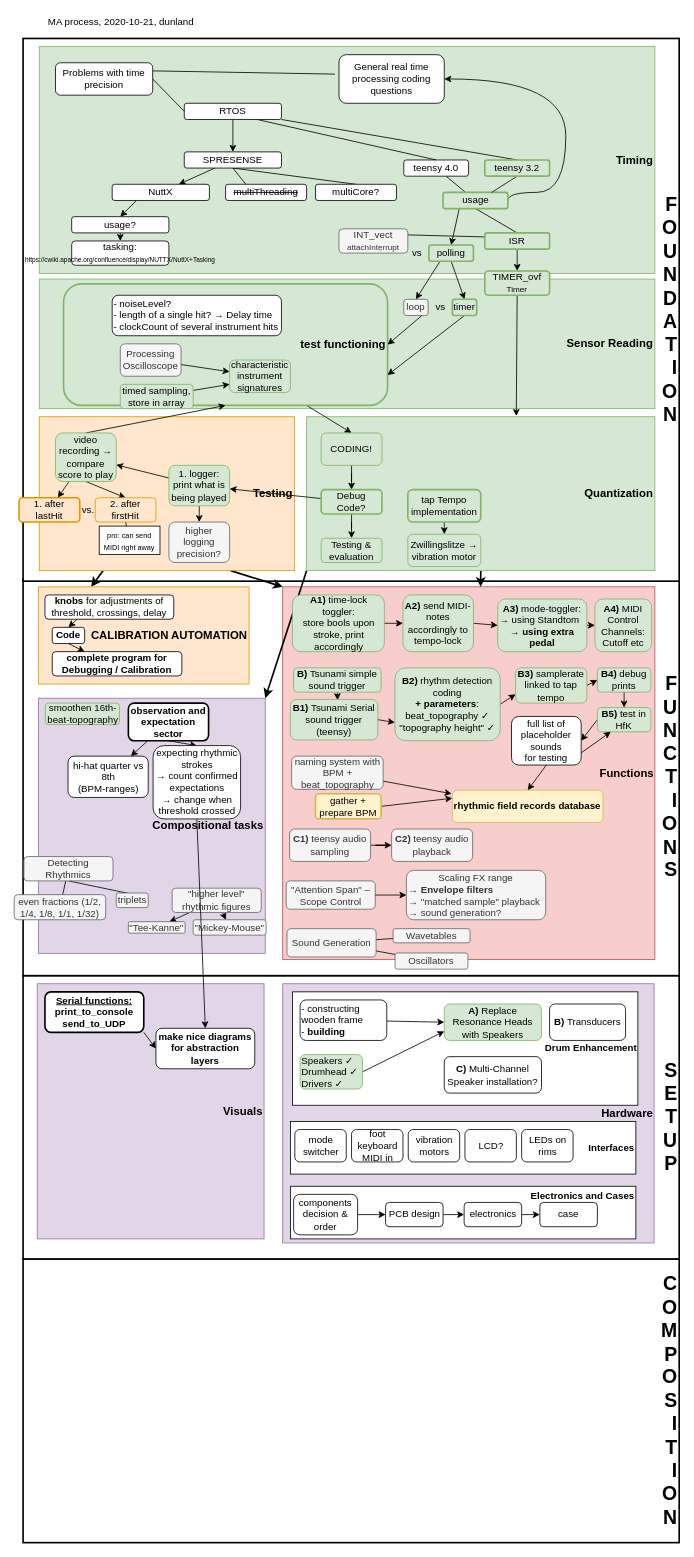
This is page "current" (1 of 6) of Doc/MA_progress.drawio from dunland/muscle, a draw.io file, before an edit. Source tidied: cells renumbered, new cells numbered last; positions are measured from the earlier drawing's top-left corner, leaving out a move shared by most shapes. Both pictures are drawn from the tidied source at 81%, with x=0, y=0 at pixel (14, 14).
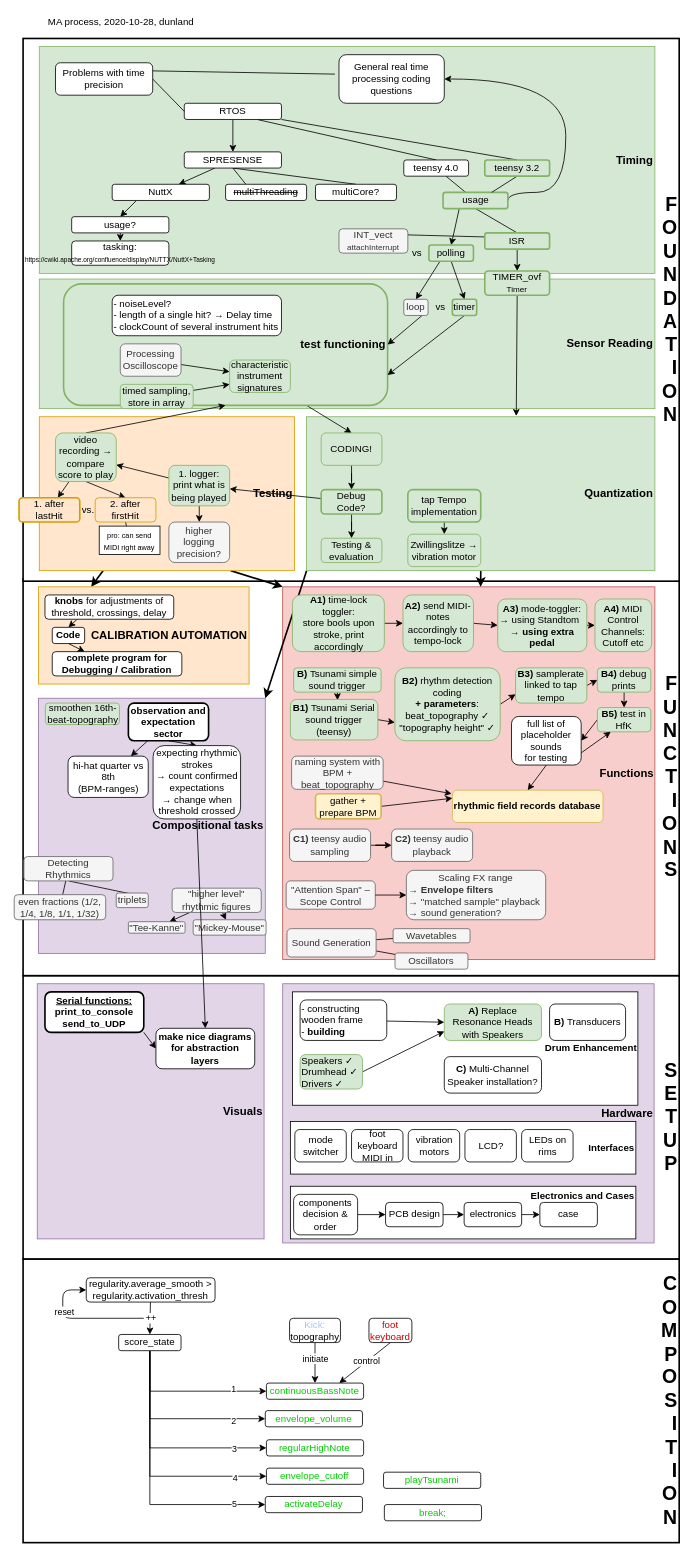
The same diagram, later.

The edit, as a diff of the source:
```diff
@@
-    <mxCell id="55" value="&lt;div align=&quot;left&quot;&gt;MA process, 2020-10-21, dunland&lt;br&gt;&lt;/div&gt;" style="text;html=1;strokeColor=none;fillColor=none;align=left;verticalAlign=middle;whiteSpace=wrap;rounded=0;" parent="1" vertex="1">
+    <mxCell id="55" value="&lt;div align=&quot;left&quot;&gt;MA process, 2020-10-28&lt;span&gt;, dunland&lt;/span&gt;&lt;/div&gt;" style="text;html=1;strokeColor=none;fillColor=none;align=left;verticalAlign=middle;whiteSpace=wrap;rounded=0;" parent="1" vertex="1">
       <mxGeometry x="40" width="350" height="20" as="geometry" />
     </mxCell>
@@
+    <mxCell id="178" value="&lt;font color=&quot;#00cc00&quot;&gt;continuousBassNote&lt;/font&gt;" style="rounded=1;whiteSpace=wrap;html=1;" parent="1" vertex="1">
+      <mxGeometry x="311.4" y="1690" width="120" height="20" as="geometry" />
+    </mxCell>
+    <mxCell id="179" style="rounded=0;jettySize=auto;html=1;exitX=0.5;exitY=1;exitDx=0;exitDy=0;entryX=0.5;entryY=0;entryDx=0;entryDy=0;" parent="1" edge="1" source="181" target="178">
+      <mxGeometry relative="1" as="geometry" />
+    </mxCell>
+    <mxCell id="180" value="initiate" style="edgeLabel;html=1;align=center;verticalAlign=middle;" parent="179" vertex="1">
+      <mxGeometry x="0.01" y="-6" relative="1" as="geometry">
+        <mxPoint x="6" y="-6" as="offset" />
+      </mxGeometry>
+    </mxCell>
+    <mxCell id="181" value="&lt;font color=&quot;#a9c4eb&quot;&gt;Kick:&lt;/font&gt;&lt;br&gt;topography" style="rounded=1;whiteSpace=wrap;html=1;" parent="1" vertex="1">
+      <mxGeometry x="340" y="1610" width="62.8" height="30" as="geometry" />
+    </mxCell>
+    <mxCell id="182" style="rounded=0;jettySize=auto;html=1;exitX=0.5;exitY=1;exitDx=0;exitDy=0;entryX=0.75;entryY=0;entryDx=0;entryDy=0;" parent="1" edge="1" source="184" target="178">
+      <mxGeometry relative="1" as="geometry" />
+    </mxCell>
+    <mxCell id="183" value="control" style="edgeLabel;html=1;align=center;verticalAlign=middle;" parent="182" vertex="1">
+      <mxGeometry x="-0.07" y="-1" relative="1" as="geometry" />
+    </mxCell>
+    <mxCell id="184" value="&lt;font color=&quot;#cc0000&quot;&gt;foot keyboard&lt;/font&gt;" style="rounded=1;whiteSpace=wrap;html=1;" parent="1" vertex="1">
+      <mxGeometry x="438" y="1610" width="53" height="30" as="geometry" />
+    </mxCell>
+    <mxCell id="185" value="&lt;font color=&quot;#00cc00&quot;&gt;envelope_volume&lt;/font&gt;" style="rounded=1;whiteSpace=wrap;html=1;" parent="1" vertex="1">
+      <mxGeometry x="310" y="1724" width="120" height="20" as="geometry" />
+    </mxCell>
+    <mxCell id="186" value="&lt;font color=&quot;#00cc00&quot;&gt;regularHighNote&lt;/font&gt;" style="rounded=1;whiteSpace=wrap;html=1;" parent="1" vertex="1">
+      <mxGeometry x="311.4" y="1760" width="120" height="20" as="geometry" />
+    </mxCell>
+    <mxCell id="187" value="&lt;font color=&quot;#00cc00&quot;&gt;envelope_cutoff&lt;/font&gt;" style="rounded=1;whiteSpace=wrap;html=1;" parent="1" vertex="1">
+      <mxGeometry x="311.4" y="1795" width="120" height="20" as="geometry" />
+    </mxCell>
+    <mxCell id="188" style="edgeStyle=orthogonalEdgeStyle;rounded=0;jettySize=auto;html=1;entryX=0;entryY=0.5;entryDx=0;entryDy=0;exitX=0.5;exitY=1;exitDx=0;exitDy=0;" parent="1" edge="1" source="198" target="178">
+      <mxGeometry relative="1" as="geometry" />
+    </mxCell>
+    <mxCell id="189" value="1" style="edgeLabel;html=1;align=center;verticalAlign=middle;" parent="188" vertex="1">
+      <mxGeometry x="0.58" y="3" relative="1" as="geometry" />
+    </mxCell>
+    <mxCell id="190" style="edgeStyle=orthogonalEdgeStyle;rounded=0;jettySize=auto;html=1;exitX=0.5;exitY=1;exitDx=0;exitDy=0;entryX=0;entryY=0.5;entryDx=0;entryDy=0;" parent="1" edge="1" source="198" target="185">
+      <mxGeometry relative="1" as="geometry" />
+    </mxCell>
+    <mxCell id="191" value="2" style="edgeLabel;html=1;align=center;verticalAlign=middle;" parent="190" vertex="1">
+      <mxGeometry x="0.65" y="-2" relative="1" as="geometry" />
+    </mxCell>
+    <mxCell id="192" style="edgeStyle=orthogonalEdgeStyle;rounded=0;jettySize=auto;html=1;exitX=0.5;exitY=1;exitDx=0;exitDy=0;entryX=0;entryY=0.5;entryDx=0;entryDy=0;" parent="1" edge="1" source="198" target="186">
+      <mxGeometry relative="1" as="geometry" />
+    </mxCell>
+    <mxCell id="193" value="3" style="edgeLabel;html=1;align=center;verticalAlign=middle;" parent="192" vertex="1">
+      <mxGeometry x="0.7" relative="1" as="geometry" />
+    </mxCell>
+    <mxCell id="194" style="edgeStyle=orthogonalEdgeStyle;rounded=0;jettySize=auto;html=1;exitX=0.5;exitY=1;exitDx=0;exitDy=0;entryX=0;entryY=0.5;entryDx=0;entryDy=0;" parent="1" edge="1" source="198" target="187">
+      <mxGeometry relative="1" as="geometry" />
+    </mxCell>
+    <mxCell id="195" value="4" style="edgeLabel;html=1;align=center;verticalAlign=middle;" parent="194" vertex="1">
+      <mxGeometry x="0.74" y="-2" relative="1" as="geometry" />
+    </mxCell>
+    <mxCell id="196" style="edgeStyle=orthogonalEdgeStyle;rounded=0;jettySize=auto;html=1;exitX=0.5;exitY=1;exitDx=0;exitDy=0;entryX=0;entryY=0.5;entryDx=0;entryDy=0;" parent="1" edge="1" source="198" target="204">
+      <mxGeometry relative="1" as="geometry" />
+    </mxCell>
+    <mxCell id="197" value="5" style="edgeLabel;html=1;align=center;verticalAlign=middle;" parent="196" vertex="1">
+      <mxGeometry x="0.77" y="1" relative="1" as="geometry" />
+    </mxCell>
+    <mxCell id="198" value="score_state" style="rounded=1;whiteSpace=wrap;html=1;" parent="1" vertex="1">
+      <mxGeometry x="129" y="1630" width="77" height="20" as="geometry" />
+    </mxCell>
+    <mxCell id="199" style="rounded=0;jettySize=auto;html=1;entryX=0.5;entryY=0;entryDx=0;entryDy=0;" parent="1" edge="1" source="201" target="198">
+      <mxGeometry relative="1" as="geometry" />
+    </mxCell>
+    <mxCell id="200" value="++" style="edgeLabel;html=1;align=center;verticalAlign=middle;" parent="199" vertex="1">
+      <mxGeometry x="0.36" relative="1" as="geometry">
+        <mxPoint x="0.8" y="-7.2" as="offset" />
+      </mxGeometry>
+    </mxCell>
+    <mxCell id="201" value="regularity.average_smooth &amp;gt; regularity.activation_thresh" style="rounded=1;whiteSpace=wrap;html=1;" parent="1" vertex="1">
+      <mxGeometry x="89" y="1560" width="159" height="30" as="geometry" />
+    </mxCell>
+    <mxCell id="202" style="endArrow=classic;html=1;entryX=0;entryY=0.5;entryDx=0;entryDy=0;edgeStyle=orthogonalEdgeStyle;" parent="1" edge="1" target="201">
+      <mxGeometry relative="1" as="geometry">
+        <mxPoint x="160" y="1610" as="sourcePoint" />
+        <Array as="points">
+          <mxPoint x="60" y="1610" />
+          <mxPoint x="60" y="1575" />
+        </Array>
+      </mxGeometry>
+    </mxCell>
+    <mxCell id="203" value="reset" style="edgeLabel;html=1;align=center;verticalAlign=middle;" parent="202" vertex="1">
+      <mxGeometry x="0.21" y="-9" relative="1" as="geometry" />
+    </mxCell>
+    <mxCell id="204" value="&lt;font color=&quot;#00cc00&quot;&gt;activateDelay&lt;/font&gt;" style="rounded=1;whiteSpace=wrap;html=1;" parent="1" vertex="1">
+      <mxGeometry x="310" y="1830" width="120" height="20" as="geometry" />
+    </mxCell>
+    <mxCell id="205" value="&lt;font color=&quot;#00cc00&quot;&gt;break;&lt;/font&gt;" style="rounded=1;whiteSpace=wrap;html=1;" parent="1" vertex="1">
+      <mxGeometry x="457" y="1840" width="120" height="20" as="geometry" />
+    </mxCell>
+    <mxCell id="206" value="&lt;font color=&quot;#00cc00&quot;&gt;playTsunami&lt;/font&gt;" style="rounded=1;whiteSpace=wrap;html=1;" parent="1" vertex="1">
+      <mxGeometry x="456" y="1800" width="120" height="20" as="geometry" />
+    </mxCell>
```
